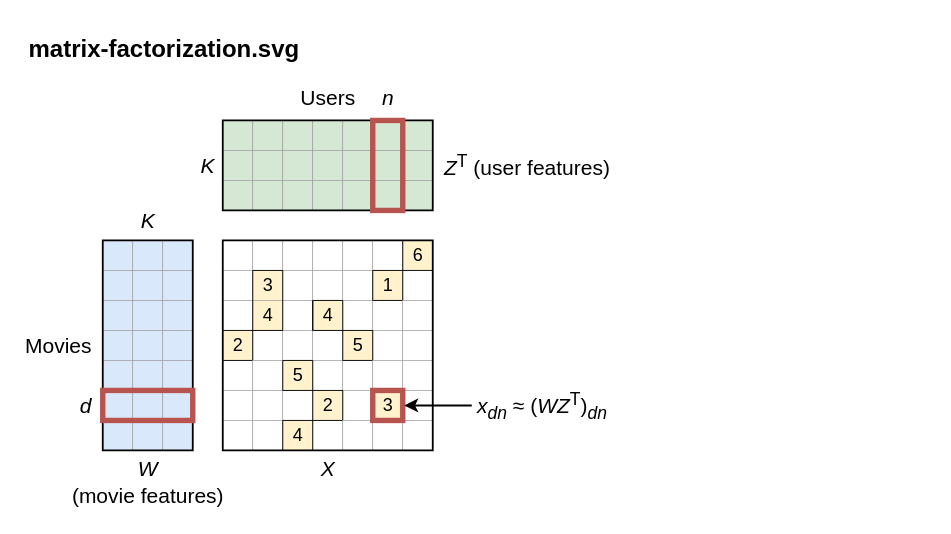
Before: assets/linear-regression-matrix-factorization/linear-regression-matrix-factorization.drawio in brunomaga/brunomaga.github.io, a draw.io diagram. Source tidied: cells renumbered, new cells numbered last; positions are measured from the earlier drawing's top-left corner, leaving out a move shared by most shapes. Both pictures are drawn from the tidied source at 150%, with x=0, y=0 at pixel (26, 26).
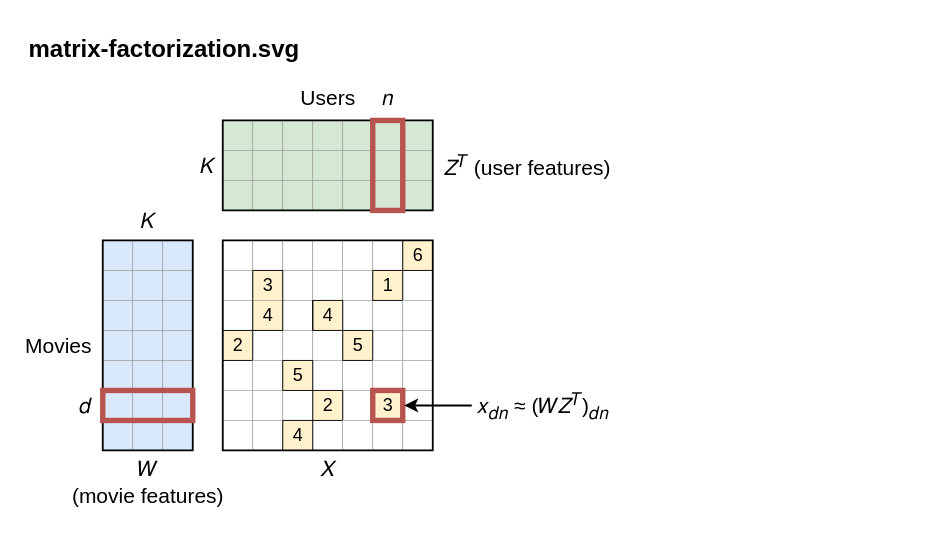
The same page after the edit.

The change refers to these unchanged cells:
```xml
<mxCell id="3" style="group;fontFamily=Source Sans 3;" parent="1" vertex="1">
  <mxGeometry y="40" width="393.4" height="281.7" as="geometry" />
</mxCell>
```

The edit, as a diff of the source:
```diff
@@
-    <mxCell id="106" value="&lt;i&gt;d&lt;/i&gt;" style="text;html=1;whiteSpace=nowrap;align=right;verticalAlign=middle;spacing=0;fontFamily=NewComputerModernSansMath;fontSize=14;fontColor=#000000;fontStyle=0;" parent="3" vertex="1">
+    <mxCell id="106" value="𝑑" style="text;html=1;whiteSpace=nowrap;align=right;verticalAlign=middle;spacing=0;fontFamily=NewComputerModernSansMath;fontSize=14;fontColor=#000000;fontStyle=0;" parent="3" vertex="1">
       <mxGeometry x="35" y="204.4" width="8" height="16.8" as="geometry" />
     </mxCell>
@@
-    <mxCell id="108" value="&lt;i&gt;n&lt;/i&gt;" style="text;html=1;whiteSpace=nowrap;align=center;verticalAlign=middle;spacing=0;fontFamily=NewComputerModernSansMath;fontSize=14;fontColor=#000000;fontStyle=0;" parent="3" vertex="1">
+    <mxCell id="108" value="𝑛" style="text;html=1;whiteSpace=nowrap;align=center;verticalAlign=middle;spacing=0;fontFamily=NewComputerModernSansMath;fontSize=14;fontColor=#000000;fontStyle=0;" parent="3" vertex="1">
       <mxGeometry x="237" width="8" height="16.8" as="geometry" />
     </mxCell>
-    <mxCell id="109" value="&lt;i&gt;K&lt;/i&gt;" style="text;html=1;whiteSpace=nowrap;align=center;verticalAlign=middle;spacing=0;fontFamily=NewComputerModernSansMath;fontSize=14;fontColor=#000000;fontStyle=0;" parent="3" vertex="1">
+    <mxCell id="109" value="𝐾" style="text;html=1;whiteSpace=nowrap;align=center;verticalAlign=middle;spacing=0;fontFamily=NewComputerModernSansMath;fontSize=14;fontColor=#000000;fontStyle=0;" parent="3" vertex="1">
       <mxGeometry x="75.4" y="82" width="11.1" height="16.8" as="geometry" />
     </mxCell>
-    <mxCell id="110" value="&lt;i&gt;K&lt;/i&gt;" style="text;html=1;whiteSpace=nowrap;align=right;verticalAlign=middle;spacing=0;fontFamily=NewComputerModernSansMath;fontSize=14;fontColor=#000000;fontStyle=0;" parent="3" vertex="1">
+    <mxCell id="110" value="𝐾" style="text;html=1;whiteSpace=nowrap;align=right;verticalAlign=middle;spacing=0;fontFamily=NewComputerModernSansMath;fontSize=14;fontColor=#000000;fontStyle=0;" parent="3" vertex="1">
       <mxGeometry x="113.9" y="44.4" width="11.1" height="16.8" as="geometry" />
     </mxCell>
-    <mxCell id="111" value="&lt;i&gt;W&lt;/i&gt;" style="text;html=1;whiteSpace=nowrap;align=center;verticalAlign=middle;spacing=0;fontFamily=NewComputerModernSansMath;fontSize=14;fontColor=#000000;fontStyle=0;" parent="3" vertex="1">
+    <mxCell id="111" value="𝑊" style="text;html=1;whiteSpace=nowrap;align=center;verticalAlign=middle;spacing=0;fontFamily=NewComputerModernSansMath;fontSize=14;fontColor=#000000;fontStyle=0;" parent="3" vertex="1">
       <mxGeometry x="73.9" y="246.8" width="14.2" height="16.8" as="geometry" />
     </mxCell>
@@
-    <mxCell id="113" value="&lt;i&gt;X&lt;/i&gt;" style="text;html=1;whiteSpace=nowrap;align=center;verticalAlign=middle;spacing=0;fontFamily=NewComputerModernSansMath;fontSize=14;fontColor=#000000;fontStyle=0;" parent="3" vertex="1">
+    <mxCell id="113" value="𝑋" style="text;html=1;whiteSpace=nowrap;align=center;verticalAlign=middle;spacing=0;fontFamily=NewComputerModernSansMath;fontSize=14;fontColor=#000000;fontStyle=0;" parent="3" vertex="1">
       <mxGeometry x="195.4" y="246.8" width="11.1" height="16.8" as="geometry" />
     </mxCell>
-    <mxCell id="114" value="&lt;i&gt;&lt;span style=&quot;font-family: NewComputerModernSansMath;&quot;&gt;Z&lt;/span&gt;&lt;/i&gt;&lt;sup&gt;&lt;span style=&quot;font-family: NewComputerModernSansMath;&quot;&gt;T&lt;/span&gt;&lt;/sup&gt; (user features)" style="text;html=1;whiteSpace=nowrap;align=left;verticalAlign=middle;spacing=0;fontFamily=Source Sans 3;fontSize=14;fontColor=#000000;fontStyle=0;" parent="3" vertex="1">
+    <mxCell id="114" value="&lt;span style=&quot;font-family: NewComputerModernSansMath;&quot;&gt;𝑍&lt;/span&gt;&lt;sup&gt;&lt;span style=&quot;font-family: NewComputerModernSansMath;&quot;&gt;𝑇&lt;/span&gt;&lt;/sup&gt; (user features)" style="text;html=1;whiteSpace=nowrap;align=left;verticalAlign=middle;spacing=0;fontFamily=Source Sans 3;fontSize=14;fontColor=#000000;fontStyle=0;" parent="3" vertex="1">
       <mxGeometry x="279" y="44.4" width="104.3" height="16.8" as="geometry" />
     </mxCell>
-    <mxCell id="115" value="&lt;i&gt;x&lt;/i&gt;&lt;sub&gt;&lt;i&gt;dn&lt;/i&gt;&lt;/sub&gt; ≈ (&lt;i&gt;WZ&lt;/i&gt;&lt;sup&gt;T&lt;/sup&gt;)&lt;sub&gt;&lt;i&gt;dn&lt;/i&gt;&lt;/sub&gt;" style="text;html=1;whiteSpace=nowrap;align=left;verticalAlign=middle;spacing=0;fontFamily=NewComputerModernSansMath;fontSize=14;fontColor=#000000;fontStyle=0;" parent="3" vertex="1">
+    <mxCell id="115" value="𝑥&lt;sub&gt;𝑑𝑛&lt;/sub&gt; ≈ (𝑊𝑍&lt;sup&gt;𝑇&lt;/sup&gt;)&lt;sub&gt;𝑑𝑛&lt;/sub&gt;" style="text;html=1;whiteSpace=nowrap;align=left;verticalAlign=middle;spacing=0;fontFamily=NewComputerModernSansMath;fontSize=14;fontColor=#000000;fontStyle=0;" parent="3" vertex="1">
       <mxGeometry x="301" y="204.4" width="92.4" height="16.8" as="geometry" />
     </mxCell>
```
